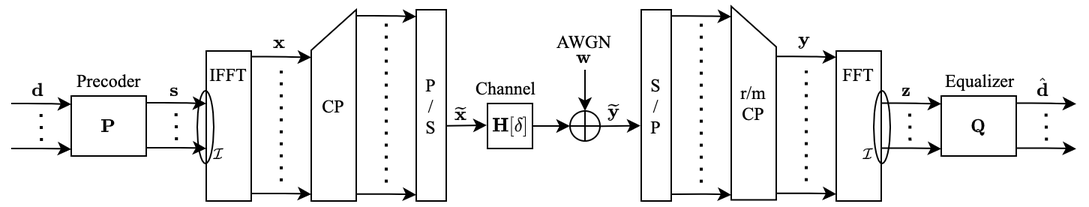
The draw.io diagram ofdm_system_model.png in jaylotw/OFDM_simulation, before a commit. Source tidied: cells renumbered, new cells last; positions are measured from the earlier drawing's top-left corner, leaving out a move shared by most shapes.
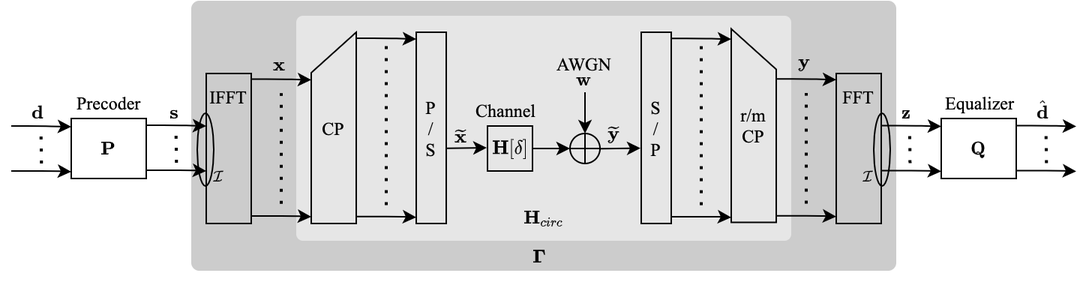
Later version of the same file.

Diff of the diagram source:
```diff
@@ -2,6 +2,12 @@
   <root>
     <mxCell id="0" />
     <mxCell id="1" parent="0" />
+    <mxCell id="57" style="rounded=1;whiteSpace=wrap;html=1;strokeColor=none;fillColor=#CCCCCC;arcSize=3;" parent="1" vertex="1">
+      <mxGeometry x="120" y="-15" width="470" height="180" as="geometry" />
+    </mxCell>
+    <mxCell id="58" style="rounded=1;whiteSpace=wrap;html=1;strokeColor=none;fillColor=#E6E6E6;arcSize=3;" parent="1" vertex="1">
+      <mxGeometry x="190" y="-5" width="330" height="150" as="geometry" />
+    </mxCell>
     <mxCell id="2" style="edgeStyle=orthogonalEdgeStyle;orthogonalLoop=1;jettySize=auto;html=1;fontFamily=Times New Roman;" parent="1" edge="1">
       <mxGeometry relative="1" as="geometry">
         <mxPoint y="68.5" as="sourcePoint" />
@@ -20,19 +26,19 @@
     <mxCell id="5" value="$$\mathbf{P}$$" style="rounded=0;whiteSpace=wrap;html=1;fontFamily=Times New Roman;" parent="1" vertex="1">
       <mxGeometry x="40" y="63.5" width="50" height="40" as="geometry" />
     </mxCell>
-    <mxCell id="6" value="P&lt;br&gt;/&lt;br&gt;S" style="rounded=0;whiteSpace=wrap;html=1;fontFamily=Times New Roman;" parent="1" vertex="1">
+    <mxCell id="6" value="P&lt;br&gt;/&lt;br&gt;S" style="rounded=0;whiteSpace=wrap;html=1;fontFamily=Times New Roman;fillColor=none;" parent="1" vertex="1">
       <mxGeometry x="270" y="6" width="20" height="127.5" as="geometry" />
     </mxCell>
     <mxCell id="7" style="edgeStyle=orthogonalEdgeStyle;rounded=0;jettySize=auto;html=1;entryX=0.855;entryY=0.855;entryDx=0;entryDy=0;entryPerimeter=0;fontSize=24;fontFamily=Times New Roman;" parent="1" edge="1" source="8" target="10">
       <mxGeometry relative="1" as="geometry" />
     </mxCell>
-    <mxCell id="8" value="&lt;span style=&quot;&quot;&gt;$$\mathbf{H}[\delta]$$&lt;/span&gt;" style="rounded=0;whiteSpace=wrap;html=1;fontFamily=Times New Roman;" parent="1" vertex="1">
+    <mxCell id="8" value="&lt;span style=&quot;&quot;&gt;$$\mathbf{H}[\delta]$$&lt;/span&gt;" style="rounded=0;whiteSpace=wrap;html=1;fontFamily=Times New Roman;fillColor=none;" parent="1" vertex="1">
       <mxGeometry x="317.5" y="68.5" width="30" height="30" as="geometry" />
     </mxCell>
     <mxCell id="9" value="&lt;span style=&quot;color: rgb(0, 0, 0); font-size: 12px; font-style: normal; font-weight: 400; letter-spacing: normal; text-align: center; text-indent: 0px; text-transform: none; word-spacing: 0px; background-color: rgb(248, 249, 250); display: inline; float: none;&quot;&gt;$$\widetilde{\mathbf{y}}$$&lt;/span&gt;" style="text;whiteSpace=wrap;html=1;fontFamily=Times New Roman;" parent="1" vertex="1">
       <mxGeometry x="395.5" y="48.2" width="12" height="40" as="geometry" />
     </mxCell>
-    <mxCell id="10" style="verticalLabelPosition=bottom;verticalAlign=top;html=1;shape=mxgraph.flowchart.or;rounded=0;direction=south;rotation=45;fontFamily=Times New Roman;" parent="1" vertex="1">
+    <mxCell id="10" style="verticalLabelPosition=bottom;verticalAlign=top;html=1;shape=mxgraph.flowchart.or;rounded=0;direction=south;rotation=45;fontFamily=Times New Roman;fillColor=none;" parent="1" vertex="1">
       <mxGeometry x="372.5" y="73.5" width="20" height="20" as="geometry" />
     </mxCell>
     <mxCell id="11" value="&lt;span style=&quot;color: rgb(0, 0, 0); font-size: 12px; font-style: normal; font-weight: 400; letter-spacing: normal; text-align: center; text-indent: 0px; text-transform: none; word-spacing: 0px; background-color: rgb(248, 249, 250); display: inline; float: none;&quot;&gt;$$\mathbf{w}$$&lt;/span&gt;" style="text;whiteSpace=wrap;html=1;fontFamily=Times New Roman;" parent="1" vertex="1">
@@ -84,13 +90,13 @@
         </Array>
       </mxGeometry>
     </mxCell>
-    <mxCell id="18" value="IFFT" style="rounded=0;whiteSpace=wrap;html=1;fontFamily=Times New Roman;horizontal=1;verticalAlign=middle;spacingTop=-70;" parent="1" vertex="1">
+    <mxCell id="18" value="IFFT" style="rounded=0;whiteSpace=wrap;html=1;fontFamily=Times New Roman;horizontal=1;verticalAlign=middle;spacingTop=-70;fillColor=none;" parent="1" vertex="1">
       <mxGeometry x="130" y="33.5" width="30" height="100" as="geometry" />
     </mxCell>
     <mxCell id="19" style="edgeStyle=orthogonalEdgeStyle;orthogonalLoop=1;jettySize=auto;html=1;fontFamily=Times New Roman;" parent="1" edge="1">
       <mxGeometry relative="1" as="geometry">
         <mxPoint x="160" y="37.2" as="sourcePoint" />
-        <mxPoint x="200" y="37.7" as="targetPoint" />
+        <mxPoint x="200" y="37.8" as="targetPoint" />
         <Array as="points">
           <mxPoint x="180" y="37.2" />
         </Array>
@@ -112,7 +118,7 @@
         <mxPoint x="180" y="46.6" as="targetPoint" />
       </mxGeometry>
     </mxCell>
-    <mxCell id="22" value="&lt;span&gt;CP&lt;/span&gt;" style="shape=manualInput;whiteSpace=wrap;html=1;size=27;fontFamily=Times New Roman;" parent="1" vertex="1">
+    <mxCell id="22" value="&lt;span&gt;CP&lt;/span&gt;" style="shape=manualInput;whiteSpace=wrap;html=1;size=27;fontFamily=Times New Roman;fillColor=none;" parent="1" vertex="1">
       <mxGeometry x="200" y="6" width="30" height="127.5" as="geometry" />
     </mxCell>
     <mxCell id="23" style="edgeStyle=orthogonalEdgeStyle;orthogonalLoop=1;jettySize=auto;html=1;fontFamily=Times New Roman;" parent="1" edge="1">
@@ -140,7 +146,7 @@
         <mxPoint x="250" y="13.8" as="targetPoint" />
       </mxGeometry>
     </mxCell>
-    <mxCell id="26" value="S&lt;br&gt;/&lt;br&gt;P" style="rounded=0;whiteSpace=wrap;html=1;fontFamily=Times New Roman;" parent="1" vertex="1">
+    <mxCell id="26" value="S&lt;br&gt;/&lt;br&gt;P" style="rounded=0;whiteSpace=wrap;html=1;fontFamily=Times New Roman;fillColor=none;" parent="1" vertex="1">
       <mxGeometry x="420" y="6" width="20" height="127.5" as="geometry" />
     </mxCell>
     <mxCell id="27" style="edgeStyle=orthogonalEdgeStyle;orthogonalLoop=1;jettySize=auto;html=1;fontFamily=Times New Roman;" parent="1" edge="1">
@@ -168,7 +174,7 @@
         <mxPoint x="460" y="13.8" as="targetPoint" />
       </mxGeometry>
     </mxCell>
-    <mxCell id="30" value="&lt;span&gt;r/m&lt;br&gt;CP&lt;/span&gt;" style="shape=manualInput;whiteSpace=wrap;html=1;size=27;flipH=1;fontFamily=Times New Roman;" parent="1" vertex="1">
+    <mxCell id="30" value="&lt;span&gt;r/m&lt;br&gt;CP&lt;/span&gt;" style="shape=manualInput;whiteSpace=wrap;html=1;size=27;flipH=1;fontFamily=Times New Roman;fillColor=none;" parent="1" vertex="1">
       <mxGeometry x="480" y="3.8" width="30" height="129" as="geometry" />
     </mxCell>
     <mxCell id="31" style="edgeStyle=orthogonalEdgeStyle;orthogonalLoop=1;jettySize=auto;html=1;fontFamily=Times New Roman;" parent="1" edge="1">
@@ -196,7 +202,7 @@
         <mxPoint x="530" y="46.5" as="targetPoint" />
       </mxGeometry>
     </mxCell>
-    <mxCell id="34" value="FFT" style="rounded=0;whiteSpace=wrap;html=1;fontFamily=Times New Roman;spacingTop=-70;" parent="1" vertex="1">
+    <mxCell id="34" value="FFT" style="rounded=0;whiteSpace=wrap;html=1;fontFamily=Times New Roman;spacingTop=-70;fillColor=none;" parent="1" vertex="1">
       <mxGeometry x="550" y="33.5" width="30" height="100" as="geometry" />
     </mxCell>
     <mxCell id="35" style="edgeStyle=orthogonalEdgeStyle;orthogonalLoop=1;jettySize=auto;html=1;fontFamily=Times New Roman;" parent="1" edge="1">
@@ -221,7 +227,7 @@
     <mxCell id="37" style="endArrow=none;dashed=1;html=1;dashPattern=1 3;strokeWidth=2;fontFamily=Times New Roman;" parent="1" edge="1">
       <mxGeometry relative="1" as="geometry">
         <mxPoint x="599.2" y="93.2" as="sourcePoint" />
-        <mxPoint x="598.9" y="70.7" as="targetPoint" />
+        <mxPoint x="598.9" y="70.8" as="targetPoint" />
       </mxGeometry>
     </mxCell>
     <mxCell id="38" value="$$\mathbf{Q}$$" style="rounded=0;whiteSpace=wrap;html=1;fontFamily=Times New Roman;" parent="1" vertex="1">
@@ -284,7 +290,7 @@
     </mxCell>
     <mxCell id="51" style="endArrow=classic;html=1;fontFamily=Times New Roman;" parent="1" edge="1">
       <mxGeometry relative="1" as="geometry">
-        <mxPoint x="392.5" y="83.7" as="sourcePoint" />
+        <mxPoint x="392.5" y="83.6" as="sourcePoint" />
         <mxPoint x="419.5" y="83.3" as="targetPoint" />
       </mxGeometry>
     </mxCell>
@@ -303,5 +309,11 @@
     <mxCell id="56" value="&lt;span style=&quot;color: rgb(0, 0, 0); font-size: 10px; font-style: normal; letter-spacing: normal; text-align: center; text-indent: 0px; text-transform: none; word-spacing: 0px; background-color: rgb(248, 249, 250); display: inline; float: none;&quot;&gt;$${\mathcal{I}}$$&lt;/span&gt;" style="text;whiteSpace=wrap;html=1;fontFamily=Times New Roman;fontStyle=0;fontSize=10;" parent="1" vertex="1">
       <mxGeometry x="566" y="79.5" width="12" height="40" as="geometry" />
     </mxCell>
+    <mxCell id="59" value="&lt;span style=&quot;text-align: center&quot;&gt;$$\mathbf{H}_{circ}$$&lt;/span&gt;" style="text;whiteSpace=wrap;html=1;fontFamily=Times New Roman;" parent="1" vertex="1">
+      <mxGeometry x="339.5" y="103.5" width="31" height="40" as="geometry" />
+    </mxCell>
+    <mxCell id="60" value="&lt;span style=&quot;text-align: center&quot;&gt;$$\mathbf{\Gamma}$$&lt;/span&gt;" style="text;whiteSpace=wrap;html=1;fontFamily=Times New Roman;" parent="1" vertex="1">
+      <mxGeometry x="345.5" y="130" width="16.5" height="40" as="geometry" />
+    </mxCell>
   </root>
 </mxGraphModel>
```
